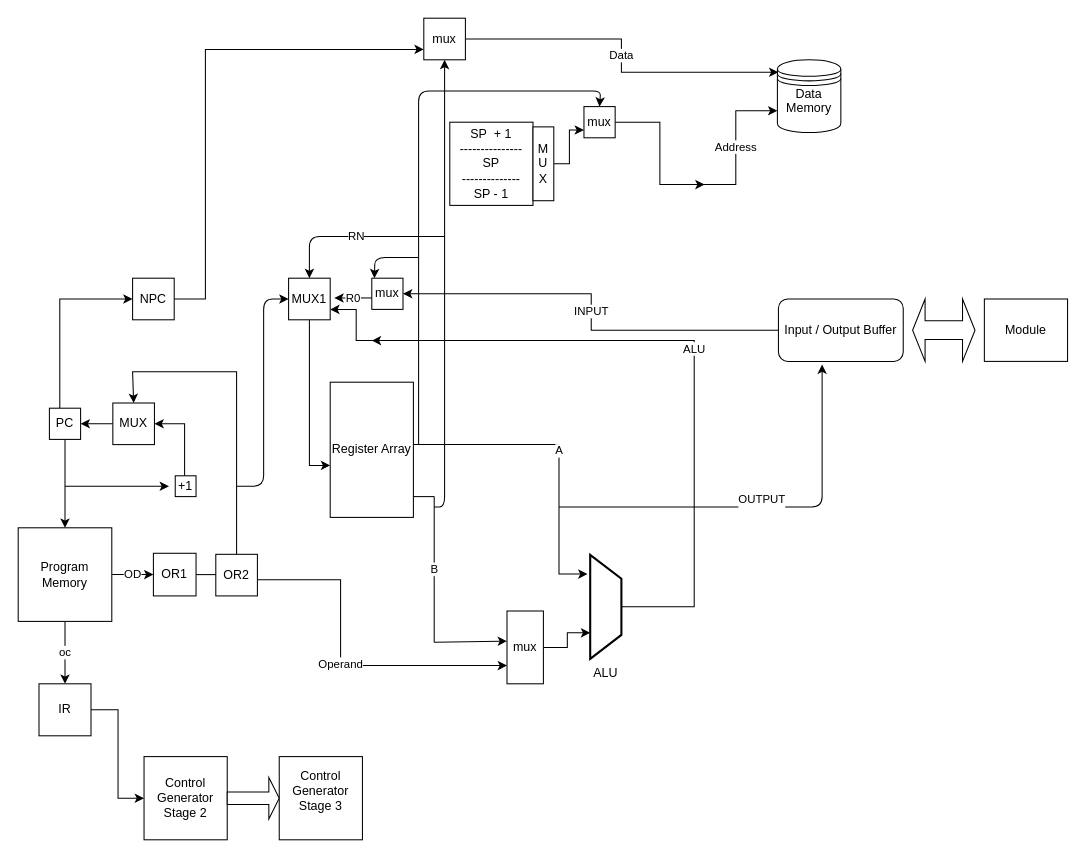
Before: architecture.drawio in Aditya-11/RNBIP-2-Processor, a draw.io diagram. Source tidied: cells renumbered, new cells numbered last; positions are measured from the earlier drawing's top-left corner, leaving out a move shared by most shapes. Both pictures are drawn from the tidied source at 104%, with x=0, y=0 at pixel (18, 18).
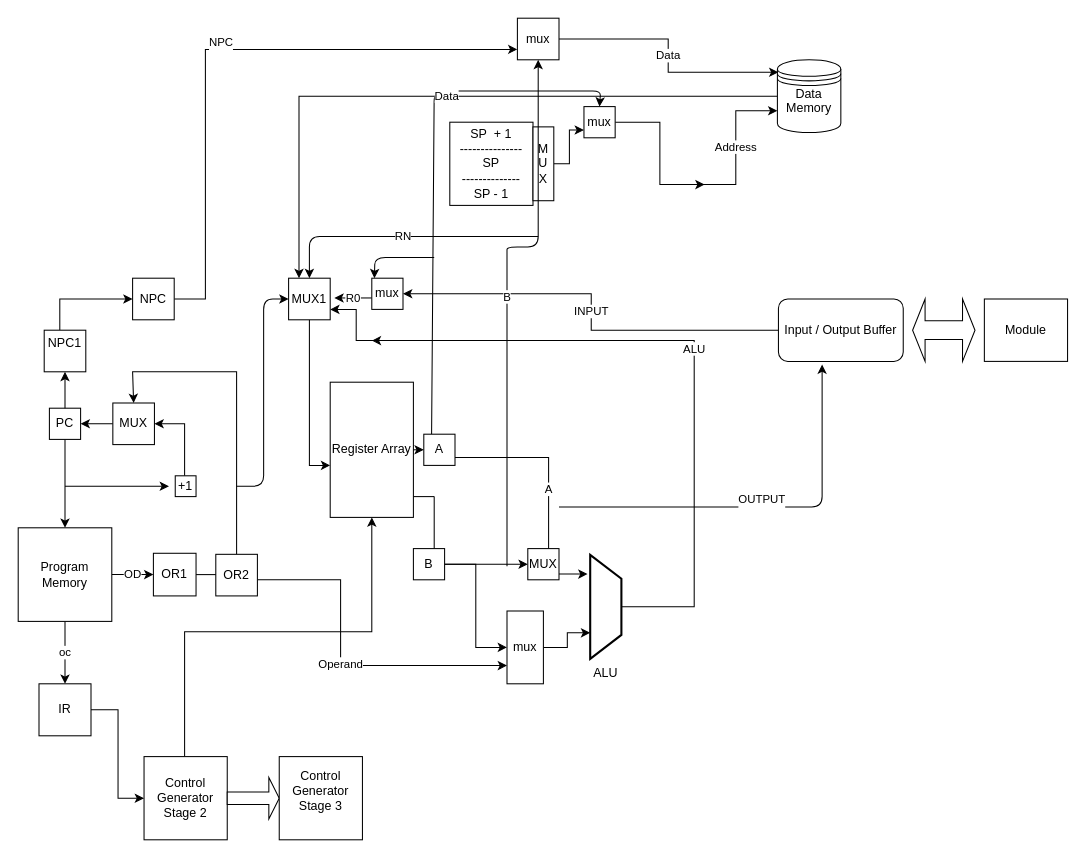
Above is the later version.

Unchanged cells that the change refers to:
```xml
<mxCell id="14" value="PC" style="whiteSpace=wrap;html=1;" parent="1" vertex="1">
  <mxGeometry x="30" y="375" width="30" height="30" as="geometry" />
</mxCell>
<mxCell id="21" value="ALU" style="verticalLabelPosition=bottom;verticalAlign=top;html=1;strokeWidth=2;shape=trapezoid;perimeter=trapezoidPerimeter;whiteSpace=wrap;size=0.23;arcSize=10;flipV=1;direction=south;" parent="1" vertex="1">
  <mxGeometry x="550" y="516" width="30" height="100" as="geometry" />
</mxCell>
<mxCell id="24" value="Register Array" style="rounded=0;whiteSpace=wrap;html=1;" parent="1" vertex="1">
  <mxGeometry x="300" y="350" width="80" height="130" as="geometry" />
</mxCell>
<mxCell id="26" value="mux" style="rounded=0;whiteSpace=wrap;html=1;" parent="1" vertex="1">
  <mxGeometry x="470" y="570" width="35" height="70" as="geometry" />
</mxCell>
<mxCell id="28" value="NPC" style="whiteSpace=wrap;html=1;" parent="1" vertex="1">
  <mxGeometry x="110" y="250" width="40" height="40" as="geometry" />
</mxCell>
<mxCell id="34" value="mux" style="whiteSpace=wrap;html=1;" parent="1" vertex="1">
  <mxGeometry x="544" y="85" width="30" height="30" as="geometry" />
</mxCell>
<mxCell id="36" value="&lt;div&gt;Data Memory&lt;/div&gt;&lt;div&gt;&lt;br&gt;&lt;/div&gt;" style="shape=datastore;whiteSpace=wrap;html=1;" parent="1" vertex="1">
  <mxGeometry x="730" y="40" width="61" height="70" as="geometry" />
</mxCell>
<mxCell id="44" value="MUX1" style="whiteSpace=wrap;html=1;" parent="1" vertex="1">
  <mxGeometry x="260" y="250" width="40" height="40" as="geometry" />
</mxCell>
<mxCell id="48" value="&lt;div&gt;Control Generator&lt;/div&gt;&lt;div&gt;Stage 2 &lt;br&gt;&lt;/div&gt;" style="whiteSpace=wrap;html=1;" parent="1" vertex="1">
  <mxGeometry x="121" y="710" width="80" height="80" as="geometry" />
</mxCell>
```

The edit, as a diff of the source:
```diff
@@
-    <mxCell id="13" style="edgeStyle=orthogonalEdgeStyle;rounded=0;jettySize=auto;html=1;" parent="1" edge="1" source="14">
+    <mxCell id="13" style="edgeStyle=orthogonalEdgeStyle;rounded=0;jettySize=auto;html=1;" parent="1" edge="1" source="65">
       <mxGeometry relative="1" as="geometry">
         <mxPoint x="110" y="270" as="targetPoint" />
         <Array as="points">
           <mxPoint x="40" y="270" />
         </Array>
       </mxGeometry>
     </mxCell>
@@
-    <mxCell id="22" value="&lt;div&gt;A&lt;br&gt;&lt;/div&gt;" style="edgeStyle=elbowEdgeStyle;rounded=0;jettySize=auto;html=1;entryX=0.815;entryY=1.086;entryDx=0;entryDy=0;entryPerimeter=0;" parent="1" edge="1" source="24" target="21">
+    <mxCell id="22" value="&lt;div&gt;A&lt;br&gt;&lt;/div&gt;" style="edgeStyle=elbowEdgeStyle;rounded=0;jettySize=auto;html=1;entryX=0.815;entryY=1.086;entryDx=0;entryDy=0;entryPerimeter=0;exitX=1;exitY=0.75;exitDx=0;exitDy=0;" parent="1" edge="1" source="64" target="21">
       <mxGeometry relative="1" as="geometry">
         <Array as="points">
+          <mxPoint x="510" y="430" />
+          <mxPoint x="510" y="420" />
+          <mxPoint x="510" y="420" />
           <mxPoint x="520" y="410" />
         </Array>
       </mxGeometry>
     </mxCell>
@@
-    <mxCell id="27" style="edgeStyle=elbowEdgeStyle;rounded=0;jettySize=auto;html=1;entryX=0;entryY=0.75;entryDx=0;entryDy=0;" parent="1" edge="1" source="28" target="39">
+    <mxCell id="27" value="&lt;div&gt;NPC&lt;/div&gt;&lt;div&gt;&lt;br&gt;&lt;/div&gt;" style="edgeStyle=elbowEdgeStyle;rounded=0;jettySize=auto;html=1;entryX=0;entryY=0.75;entryDx=0;entryDy=0;" parent="1" edge="1" source="28" target="39">
       <mxGeometry relative="1" as="geometry">
         <Array as="points">
           <mxPoint x="180" y="240" />
         </Array>
       </mxGeometry>
     </mxCell>
@@
-    <mxCell id="31" value="B" style="endArrow=none;html=1;" parent="1" edge="1">
-      <mxGeometry relative="1" as="geometry">
-        <mxPoint x="400" y="600" as="sourcePoint" />
-        <mxPoint x="400" y="460" as="targetPoint" />
-      </mxGeometry>
-    </mxCell>
@@
-    <mxCell id="35" style="endArrow=classic;html=1;entryX=0.5;entryY=0;entryDx=0;entryDy=0;" parent="1" edge="1" target="34">
+    <mxCell id="35" style="endArrow=classic;html=1;entryX=0.5;entryY=0;entryDx=0;entryDy=0;exitX=0.25;exitY=0;exitDx=0;exitDy=0;" parent="1" edge="1" source="64" target="34">
       <mxGeometry relative="1" as="geometry">
-        <mxPoint x="385" y="410" as="sourcePoint" />
         <Array as="points">
-          <mxPoint x="385" y="70" />
+          <mxPoint x="400" y="70" />
           <mxPoint x="535" y="70" />
           <mxPoint x="560" y="70" />
         </Array>
       </mxGeometry>
     </mxCell>
+    <mxCell id="58" value="Data" style="edgeStyle=orthogonalEdgeStyle;rounded=0;jettySize=auto;html=1;entryX=0.25;entryY=0;entryDx=0;entryDy=0;" parent="1" edge="1" source="36" target="44">
+      <mxGeometry relative="1" as="geometry" />
+    </mxCell>
@@
     <mxCell id="39" value="mux" style="whiteSpace=wrap;html=1;" parent="1" vertex="1">
-      <mxGeometry x="390" width="40" height="40" as="geometry" />
+      <mxGeometry x="480" width="40" height="40" as="geometry" />
     </mxCell>
-    <mxCell id="40" style="endArrow=classic;html=1;entryX=0.5;entryY=1;entryDx=0;entryDy=0;" parent="1" edge="1" target="39">
-      <mxGeometry relative="1" as="geometry">
-        <mxPoint x="400" y="470" as="sourcePoint" />
-        <Array as="points">
-          <mxPoint x="410" y="470" />
-          <mxPoint x="410" y="270" />
-        </Array>
-      </mxGeometry>
-    </mxCell>
-    <mxCell id="41" style="endArrow=classic;html=1;entryX=0;entryY=0.414;entryDx=0;entryDy=0;entryPerimeter=0;" parent="1" edge="1" target="26">
+    <mxCell id="41" style="endArrow=classic;html=1;" parent="1" edge="1">
       <mxGeometry relative="1" as="geometry">
-        <mxPoint x="400" y="600" as="sourcePoint" />
+        <mxPoint x="400" y="460" as="sourcePoint" />
+        <mxPoint x="400" y="520" as="targetPoint" />
       </mxGeometry>
     </mxCell>
@@
     <mxCell id="46" value="RN" style="endArrow=classic;html=1;entryX=0.5;entryY=0;entryDx=0;entryDy=0;" parent="1" edge="1" target="44">
       <mxGeometry relative="1" as="geometry">
-        <mxPoint x="410" y="210" as="sourcePoint" />
+        <mxPoint x="500" y="210" as="sourcePoint" />
         <Array as="points">
           <mxPoint x="280" y="210" />
         </Array>
       </mxGeometry>
     </mxCell>
@@
+    <mxCell id="59" style="edgeStyle=orthogonalEdgeStyle;rounded=0;jettySize=auto;html=1;entryX=0.5;entryY=1;entryDx=0;entryDy=0;" parent="1" edge="1" source="48" target="24">
+      <mxGeometry relative="1" as="geometry">
+        <Array as="points">
+          <mxPoint x="160" y="590" />
+          <mxPoint x="340" y="590" />
+        </Array>
+      </mxGeometry>
+    </mxCell>
@@
     <mxCell id="55" style="endArrow=classic;html=1;entryX=0.25;entryY=0;entryDx=0;entryDy=0;" parent="1" edge="1">
       <mxGeometry relative="1" as="geometry">
-        <mxPoint x="385" y="230" as="sourcePoint" />
+        <mxPoint x="400" y="230" as="sourcePoint" />
         <mxPoint x="342.5" y="250" as="targetPoint" />
         <Array as="points">
           <mxPoint x="343" y="230" />
         </Array>
       </mxGeometry>
     </mxCell>
@@
+    <mxCell id="60" style="edgeStyle=orthogonalEdgeStyle;rounded=0;jettySize=auto;html=1;entryX=0;entryY=0.5;entryDx=0;entryDy=0;" parent="1" edge="1" source="62" target="26">
+      <mxGeometry relative="1" as="geometry" />
+    </mxCell>
+    <mxCell id="61" style="edgeStyle=orthogonalEdgeStyle;rounded=0;jettySize=auto;html=1;" parent="1" edge="1" source="62" target="63">
+      <mxGeometry relative="1" as="geometry" />
+    </mxCell>
+    <mxCell id="62" value="B" style="whiteSpace=wrap;html=1;" parent="1" vertex="1">
+      <mxGeometry x="380" y="510" width="30" height="30" as="geometry" />
+    </mxCell>
+    <mxCell id="63" value="MUX" style="whiteSpace=wrap;html=1;" parent="1" vertex="1">
+      <mxGeometry x="490" y="510" width="30" height="30" as="geometry" />
+    </mxCell>
+    <mxCell id="64" value="A" style="whiteSpace=wrap;html=1;" parent="1" vertex="1">
+      <mxGeometry x="390" y="400" width="30" height="30" as="geometry" />
+    </mxCell>
+    <mxCell id="65" value="&lt;div&gt;NPC1&lt;/div&gt;&lt;div&gt;&lt;br&gt;&lt;/div&gt;" style="whiteSpace=wrap;html=1;" parent="1" vertex="1">
+      <mxGeometry x="25" y="300" width="40" height="40" as="geometry" />
+    </mxCell>
+    <mxCell id="66" style="edgeStyle=orthogonalEdgeStyle;rounded=0;jettySize=auto;html=1;" parent="1" edge="1" source="14" target="65">
+      <mxGeometry relative="1" as="geometry" />
+    </mxCell>
+    <mxCell id="67" style="endArrow=classic;html=1;exitX=1;exitY=0.5;exitDx=0;exitDy=0;entryX=0;entryY=0.5;entryDx=0;entryDy=0;" parent="1" edge="1" source="24" target="64">
+      <mxGeometry relative="1" as="geometry" />
+    </mxCell>
+    <mxCell id="68" value="B" style="endArrow=classic;html=1;entryX=0.5;entryY=1;entryDx=0;entryDy=0;" parent="1" edge="1" target="39">
+      <mxGeometry relative="1" as="geometry">
+        <mxPoint x="470" y="527" as="sourcePoint" />
+        <Array as="points">
+          <mxPoint x="470" y="230" />
+          <mxPoint x="470" y="220" />
+          <mxPoint x="500" y="220" />
+        </Array>
+      </mxGeometry>
+    </mxCell>
```
